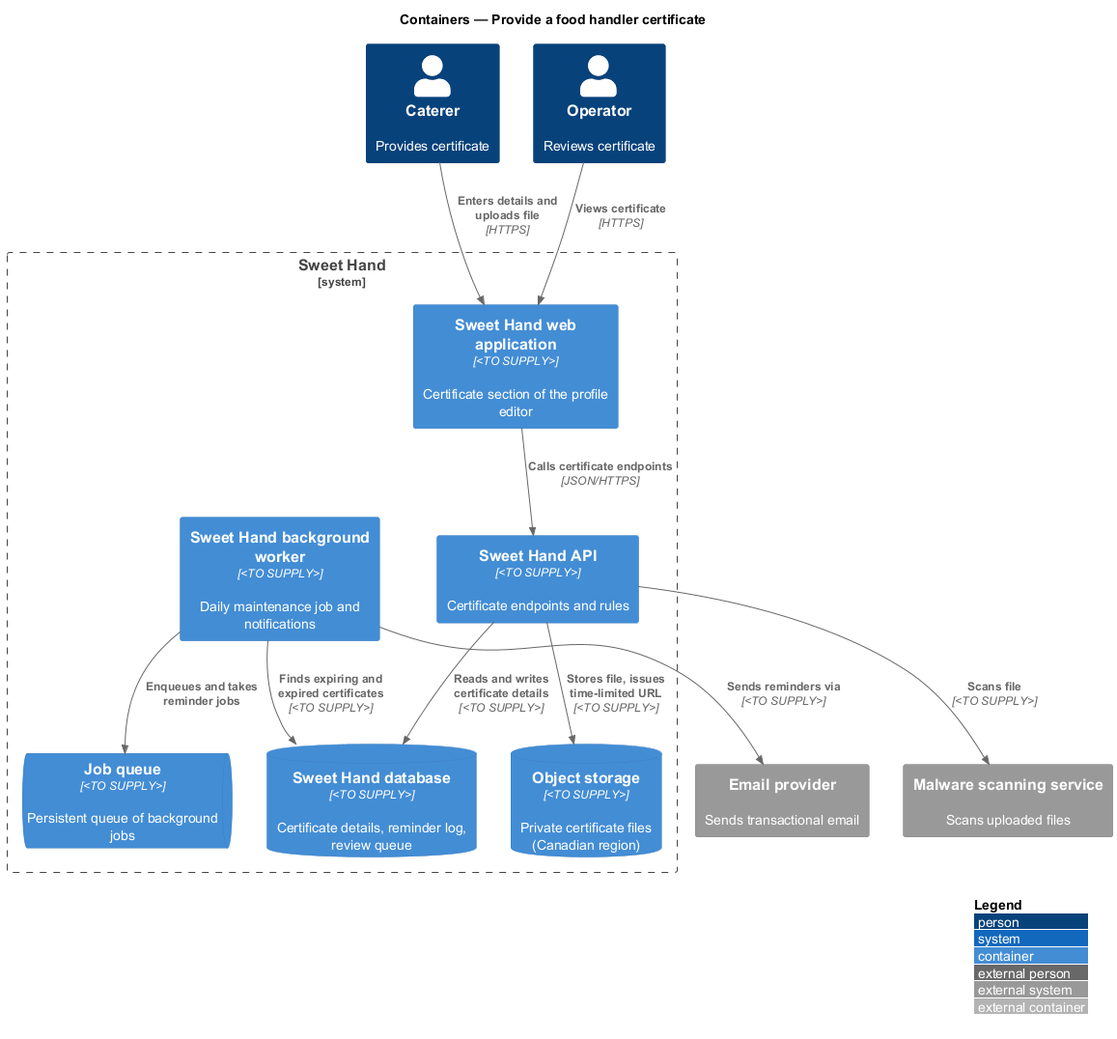
Above: docs/detailed-designs/caterer-profiles/provide-food-handler-certificate/diagrams/c4-container.png in QuinntyneBrown/sweet-hand (PlantUML), before the change.
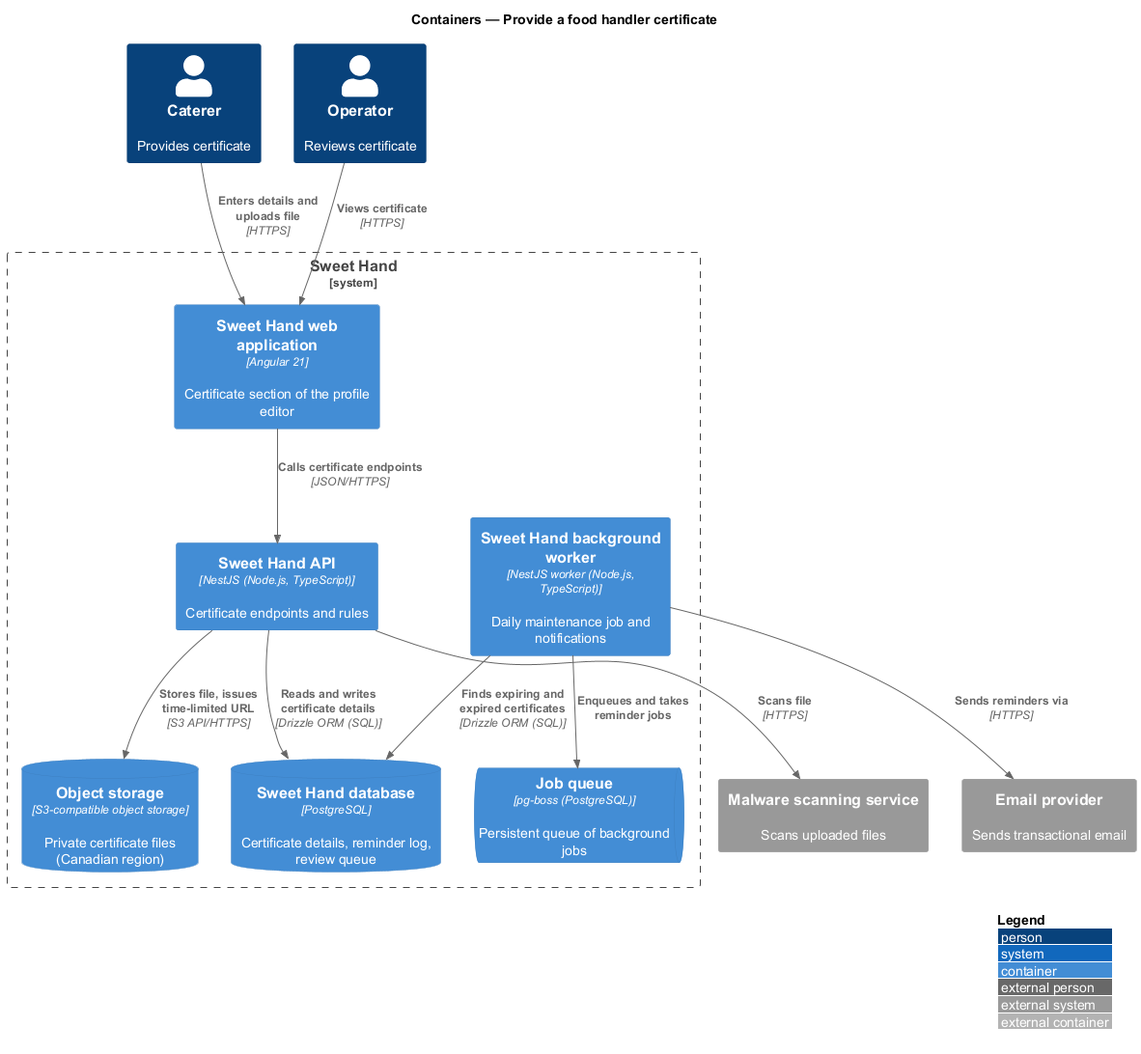
Above is the later version.

Change to the diagram source:
```diff
@@ -6,12 +6,12 @@
 Person(caterer, "Caterer", "Provides certificate")
 Person(operator, "Operator", "Reviews certificate")
 System_Boundary(sweethand, "Sweet Hand") {
-  Container(web, "Sweet Hand web application", "<TO SUPPLY>", "Certificate section of the profile editor")
-  Container(api, "Sweet Hand API", "<TO SUPPLY>", "Certificate endpoints and rules")
-  Container(worker, "Sweet Hand background worker", "<TO SUPPLY>", "Daily maintenance job and notifications")
-  ContainerDb(db, "Sweet Hand database", "<TO SUPPLY>", "Certificate details, reminder log, review queue")
-  ContainerDb(storage, "Object storage", "<TO SUPPLY>", "Private certificate files (Canadian region)")
-  ContainerQueue(queue, "Job queue", "<TO SUPPLY>", "Persistent queue of background jobs")
+  Container(web, "Sweet Hand web application", "Angular 21", "Certificate section of the profile editor")
+  Container(api, "Sweet Hand API", "NestJS (Node.js, TypeScript)", "Certificate endpoints and rules")
+  Container(worker, "Sweet Hand background worker", "NestJS worker (Node.js, TypeScript)", "Daily maintenance job and notifications")
+  ContainerDb(db, "Sweet Hand database", "PostgreSQL", "Certificate details, reminder log, review queue")
+  ContainerDb(storage, "Object storage", "S3-compatible object storage", "Private certificate files (Canadian region)")
+  ContainerQueue(queue, "Job queue", "pg-boss (PostgreSQL)", "Persistent queue of background jobs")
 }
 System_Ext(malware, "Malware scanning service", "Scans uploaded files")
 System_Ext(email, "Email provider", "Sends transactional email")
@@ -19,10 +19,10 @@
 Rel(caterer, web, "Enters details and uploads file", "HTTPS")
 Rel(operator, web, "Views certificate", "HTTPS")
 Rel(web, api, "Calls certificate endpoints", "JSON/HTTPS")
-Rel(api, malware, "Scans file", "<TO SUPPLY>")
-Rel(api, db, "Reads and writes certificate details", "<TO SUPPLY>")
-Rel(api, storage, "Stores file, issues time-limited URL", "<TO SUPPLY>")
-Rel(worker, db, "Finds expiring and expired certificates", "<TO SUPPLY>")
+Rel(api, malware, "Scans file", "HTTPS")
+Rel(api, db, "Reads and writes certificate details", "Drizzle ORM (SQL)")
+Rel(api, storage, "Stores file, issues time-limited URL", "S3 API/HTTPS")
+Rel(worker, db, "Finds expiring and expired certificates", "Drizzle ORM (SQL)")
 Rel(worker, queue, "Enqueues and takes reminder jobs")
-Rel(worker, email, "Sends reminders via", "<TO SUPPLY>")
+Rel(worker, email, "Sends reminders via", "HTTPS")
 @enduml
```
